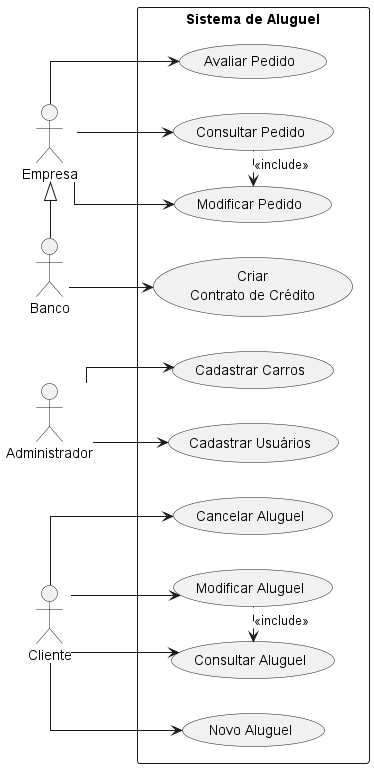
Before: projeto/Prints/UserCaseDiagram.png, a diagram exported from PlantUML (PhilippeVieira/AluguelCarros-LDS).
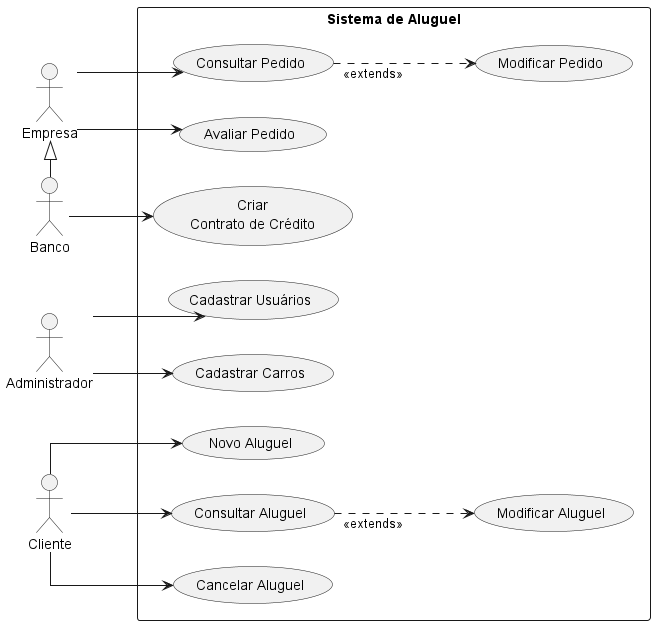
Above is the later version.

What changed in the source:
```diff
@@ -30,13 +30,11 @@
 
 cliente --> uc2
 cliente --> uc3
-cliente --> uc4
 cliente --> uc5
-uc4 .left.> uc3 :<<include>>
+uc3 ...> uc4 :<<extends>>
 
 empresa --> uc6
-empresa --> uc7
 empresa --> uc8
-uc6 .left.> uc7 :<<include>>
+uc6 ...> uc7 :<<extends>>
 
 @enduml
```
